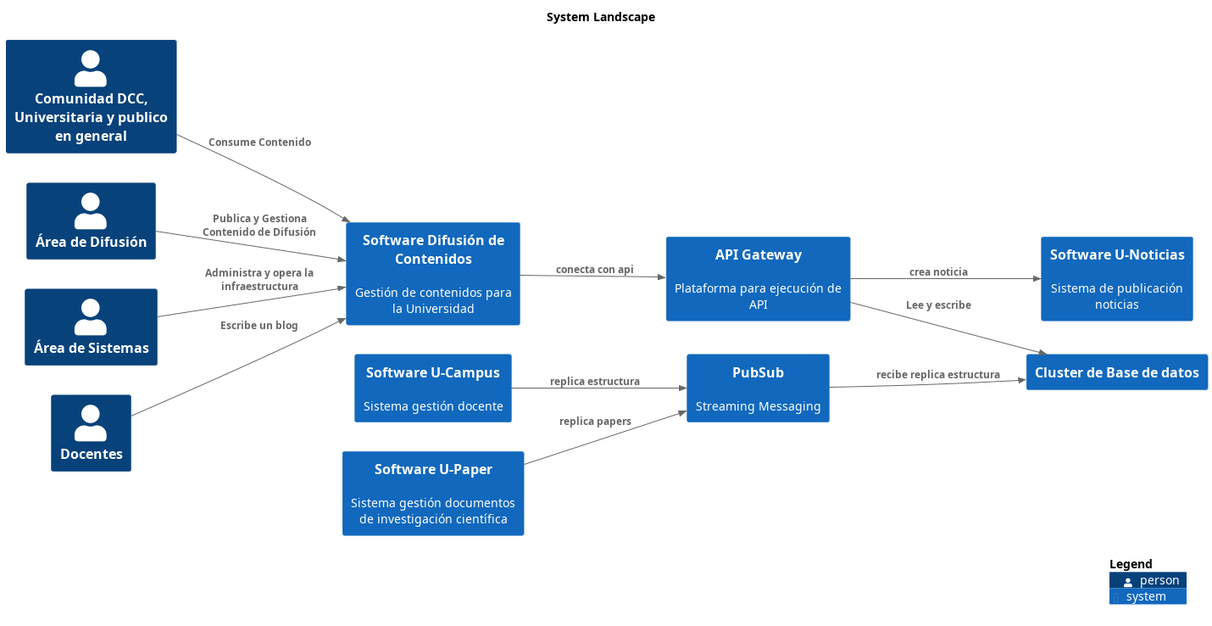
Above: build/site/master/png/SystemLandscape-001.png in nbrx/c4-dcc-arq (PlantUML), before the change.
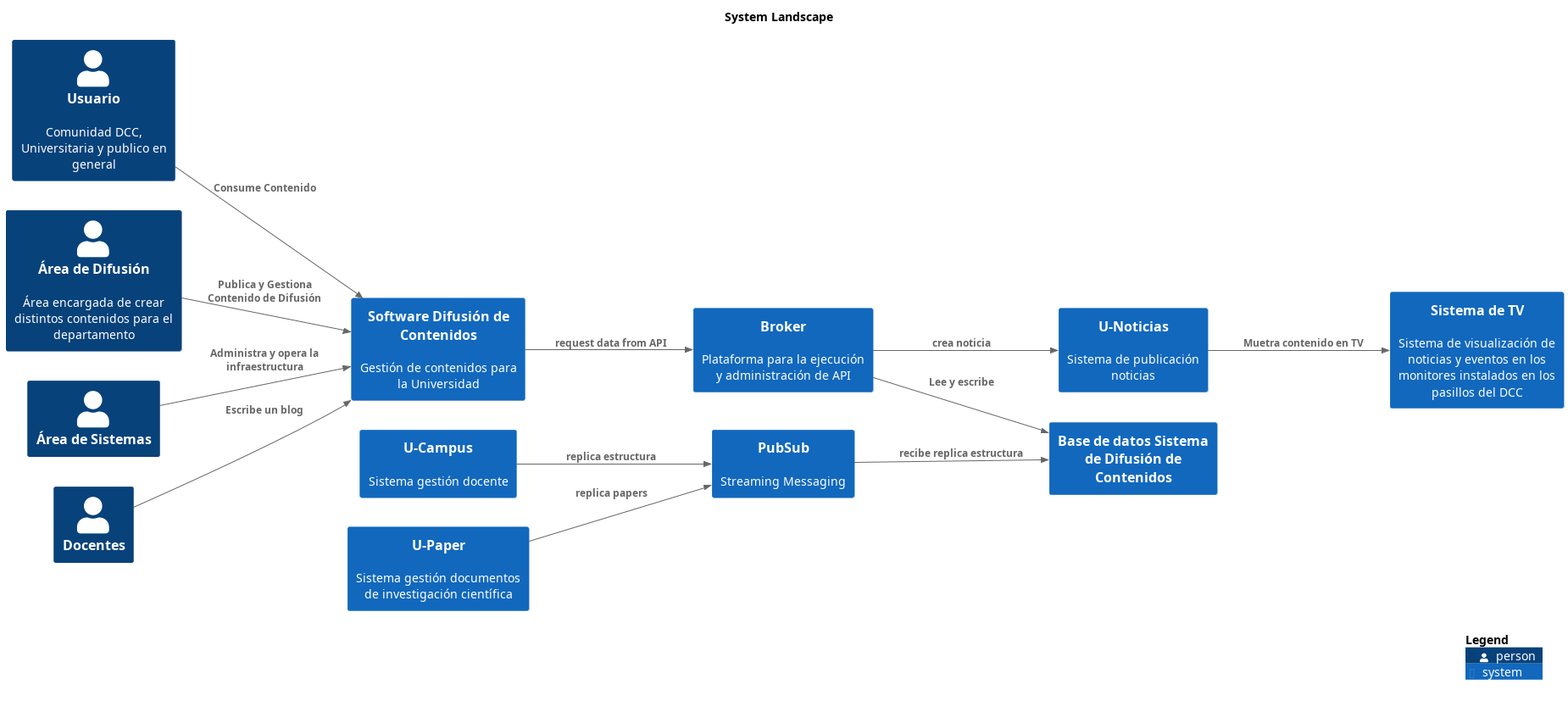
After the change.

Diff of the diagram source:
```diff
@@ -7,28 +7,30 @@
 !include <C4/C4>
 !include <C4/C4_Context>
 
-Person(ComunidadDCCUniversitariaypublicoengeneral, "Comunidad DCC, Universitaria y publico en general", "", $tags="")
-Person(ÁreadeDifusión, "Área de Difusión", "", $tags="")
-System(SoftwareUNoticias, "Software U-Noticias", "Sistema de publicación noticias", $tags="")
-System(SoftwareUCampus, "Software U-Campus", "Sistema gestión docente", $tags="")
+Person(Usuario, "Usuario", "Comunidad DCC, Universitaria y publico en general", $tags="")
+Person(ÁreadeDifusión, "Área de Difusión", "Área encargada de crear distintos contenidos para el departamento", $tags="")
+System(SistemadeTV, "Sistema de TV", "Sistema de visualización de noticias y eventos en los monitores instalados en los pasillos del DCC", $tags="")
+System(UNoticias, "U-Noticias", "Sistema de publicación noticias", $tags="")
 Person(ÁreadeSistemas, "Área de Sistemas", "", $tags="")
-System(SoftwareUPaper, "Software U-Paper", "Sistema gestión documentos de investigación científica", $tags="")
+System(UCampus, "U-Campus", "Sistema gestión docente", $tags="")
+System(UPaper, "U-Paper", "Sistema gestión documentos de investigación científica", $tags="")
 Person(Docentes, "Docentes", "", $tags="")
-System(APIGateway, "API Gateway", "Plataforma para ejecución de API", $tags="")
-System(ClusterdeBasededatos, "Cluster de Base de datos", "", $tags="")
+System(Broker, "Broker", "Plataforma para la ejecución y administración de API", $tags="")
+System(BasededatosSistemadeDifusióndeContenidos, "Base de datos Sistema de Difusión de Contenidos", "", $tags="")
 System(SoftwareDifusióndeContenidos, "Software Difusión de Contenidos", "Gestión de contenidos para la Universidad", $tags="")
 System(PubSub, "PubSub", "Streaming Messaging", $tags="")
 
-Rel_D(PubSub, ClusterdeBasededatos, "recibe replica estructura", $tags="")
-Rel_D(SoftwareUCampus, PubSub, "replica estructura", $tags="")
-Rel_D(SoftwareUPaper, PubSub, "replica papers", $tags="")
-Rel_D(APIGateway, SoftwareUNoticias, "crea noticia", $tags="")
-Rel_D(ComunidadDCCUniversitariaypublicoengeneral, SoftwareDifusióndeContenidos, "Consume Contenido", $tags="")
+Rel_D(PubSub, BasededatosSistemadeDifusióndeContenidos, "recibe replica estructura", $tags="")
+Rel_D(UNoticias, SistemadeTV, "Muetra contenido en TV", $tags="")
+Rel_D(UCampus, PubSub, "replica estructura", $tags="")
+Rel_D(UPaper, PubSub, "replica papers", $tags="")
+Rel_D(Broker, UNoticias, "crea noticia", $tags="")
+Rel_D(Usuario, SoftwareDifusióndeContenidos, "Consume Contenido", $tags="")
 Rel_D(Docentes, SoftwareDifusióndeContenidos, "Escribe un blog", $tags="")
 Rel_D(ÁreadeDifusión, SoftwareDifusióndeContenidos, "Publica y Gestiona Contenido de Difusión", $tags="")
 Rel_D(ÁreadeSistemas, SoftwareDifusióndeContenidos, "Administra y opera la infraestructura", $tags="")
-Rel_D(SoftwareDifusióndeContenidos, APIGateway, "conecta con api", $tags="")
-Rel_D(APIGateway, ClusterdeBasededatos, "Lee y escribe", $tags="")
+Rel_D(SoftwareDifusióndeContenidos, Broker, "request data from API", $tags="")
+Rel_D(Broker, BasededatosSistemadeDifusióndeContenidos, "Lee y escribe", $tags="")
 
 SHOW_LEGEND(true)
 @enduml
```
